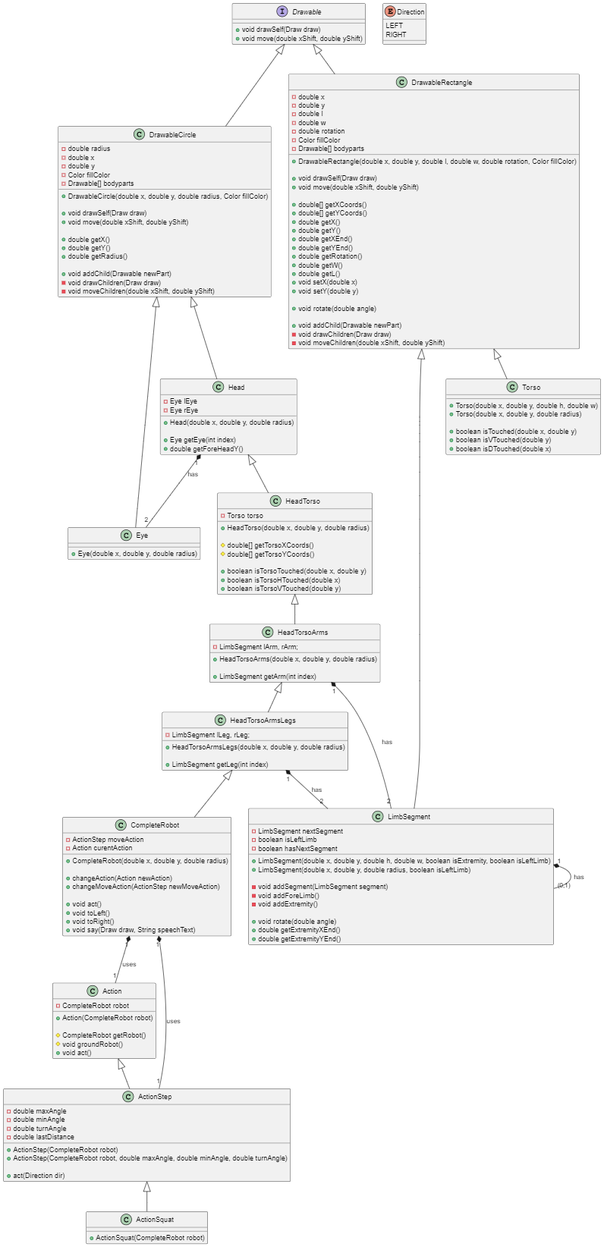
Above: ClassesHierarchy.png in wafibismail/cadi-robot (PlantUML), before the change. Its source is kept beside it as ClassesHierarchy.puml. Its diagram source:
```plantuml
@startuml Classes_Hierarchy
class "Action" as a {
  -CompleteRobot robot

  +Action(CompleteRobot robot)

  #CompleteRobot getRobot()
  #void groundRobot()
  +void act()
}

enum Direction {
  LEFT
  RIGHT
}

class "ActionStep" as aSt {
  -double maxAngle
  -double minAngle
  -double turnAngle
  -double lastDistance

  +ActionStep(CompleteRobot robot)
  +ActionStep(CompleteRobot robot, double maxAngle, double minAngle, double turnAngle)

  +act(Direction dir)
}

class "ActionSquat" as aSq {
  +ActionSquat(CompleteRobot robot)
}

a <|-- aSt
aSt <|-- aSq

interface "Drawable" as d {
  +void drawSelf(Draw draw)
  +void move(double xShift, double yShift)
}

class "DrawableCircle" as dC {
  -double radius
  -double x
  -double y
  -Color fillColor
  -Drawable[] bodyparts

  +DrawableCircle(double x, double y, double radius, Color fillColor)

  +void drawSelf(Draw draw)
  +void move(double xShift, double yShift)

  +double getX()
  +double getY()
  +double getRadius()

  +void addChild(Drawable newPart)
  -void drawChildren(Draw draw)
  -void moveChildren(double xShift, double yShift)
}

d <|-- dC

class "Eye" as dCE {
  +Eye(double x, double y, double radius)
}

dC <|-- dCE

class "Head" as dCH {
  -Eye lEye
  -Eye rEye

  +Head(double x, double y, double radius)

  +Eye getEye(int index)
  +double getForeHeadY()
}

dC <|-- dCH
dCH "1" *-- "2" dCE : has

class "HeadTorso" as dCHT {
  -Torso torso

  +HeadTorso(double x, double y, double radius)

  #double[] getTorsoXCoords()
  #double[] getTorsoYCoords()

  +boolean isTorsoTouched(double x, double y)
  +boolean isTorsoHTouched(double x)
  +boolean isTorsoVTouched(double y)
}

dCH <|-- dCHT

class "HeadTorsoArms" as dCHTA {
  -LimbSegment lArm, rArm;

  +HeadTorsoArms(double x, double y, double radius)

  +LimbSegment getArm(int index)
}

dCHT <|-- dCHTA
dCHTA "1" *-- "2" LimbSegment : has

class "HeadTorsoArmsLegs" as dCHTAL {
  -LimbSegment lLeg, rLeg;

  +HeadTorsoArmsLegs(double x, double y, double radius)

  +LimbSegment getLeg(int index)
}

dCHTA <|-- dCHTAL
dCHTAL "1" *-- "2" LimbSegment : has

class "DrawableRectangle" as dR {
  -double x
  -double y
  -double l
  -double w
  -double rotation
  -Color fillColor
  -Drawable[] bodyparts

  +DrawableRectangle(double x, double y, double l, double w, double rotation, Color fillColor)

  +void drawSelf(Draw draw)
  +void move(double xShift, double yShift)

  +double[] getXCoords()
  +double[] getYCoords()
  +double getX()
  +double getY()
  +double getXEnd()
  +double getYEnd()
  +double getRotation()
  +double getW()
  +double getL()
  +void setX(double x)
  +void setY(double y)

  +void rotate(double angle)

  +void addChild(Drawable newPart)
  -void drawChildren(Draw draw)
  -void moveChildren(double xShift, double yShift)
}

d <|-- dR

class "Torso" as dRT {
  +Torso(double x, double y, double h, double w)
  +Torso(double x, double y, double radius)

  +boolean isTouched(double x, double y)
  +boolean isVTouched(double y)
  +boolean isDTouched(double x)
}

dR <|-- dRT

class "LimbSegment" as LimbSegment {
  -LimbSegment nextSegment
  -boolean isLeftLimb
  -boolean hasNextSegment

  +LimbSegment(double x, double y, double h, double w, boolean isExtremity, boolean isLeftLimb)
  +LimbSegment(double x, double y, double radius, boolean isLeftLimb)

  -void addSegment(LimbSegment segment)
  -void addForeLimb()
  -void addExtremity()

  +void rotate(double angle)
  +double getExtremityXEnd()
  +double getExtremityYEnd()
}

dR <|-- LimbSegment

LimbSegment "1" *-- "(0,1)" LimbSegment : has

class "CompleteRobot" as CR {
  -ActionStep moveAction
  -Action curentAction

  +CompleteRobot(double x, double y, double radius)

  +changeAction(Action newAction)
  +changeMoveAction(ActionStep newMoveAction)

  +void act()
  +void toLeft()
  +void toRight()
  +void say(Draw draw, String speechText)
}

dCHTAL <|-- CR
CR "1" *-- "1" aSt : uses
CR "1" *-- "1" a : uses
@enduml
```
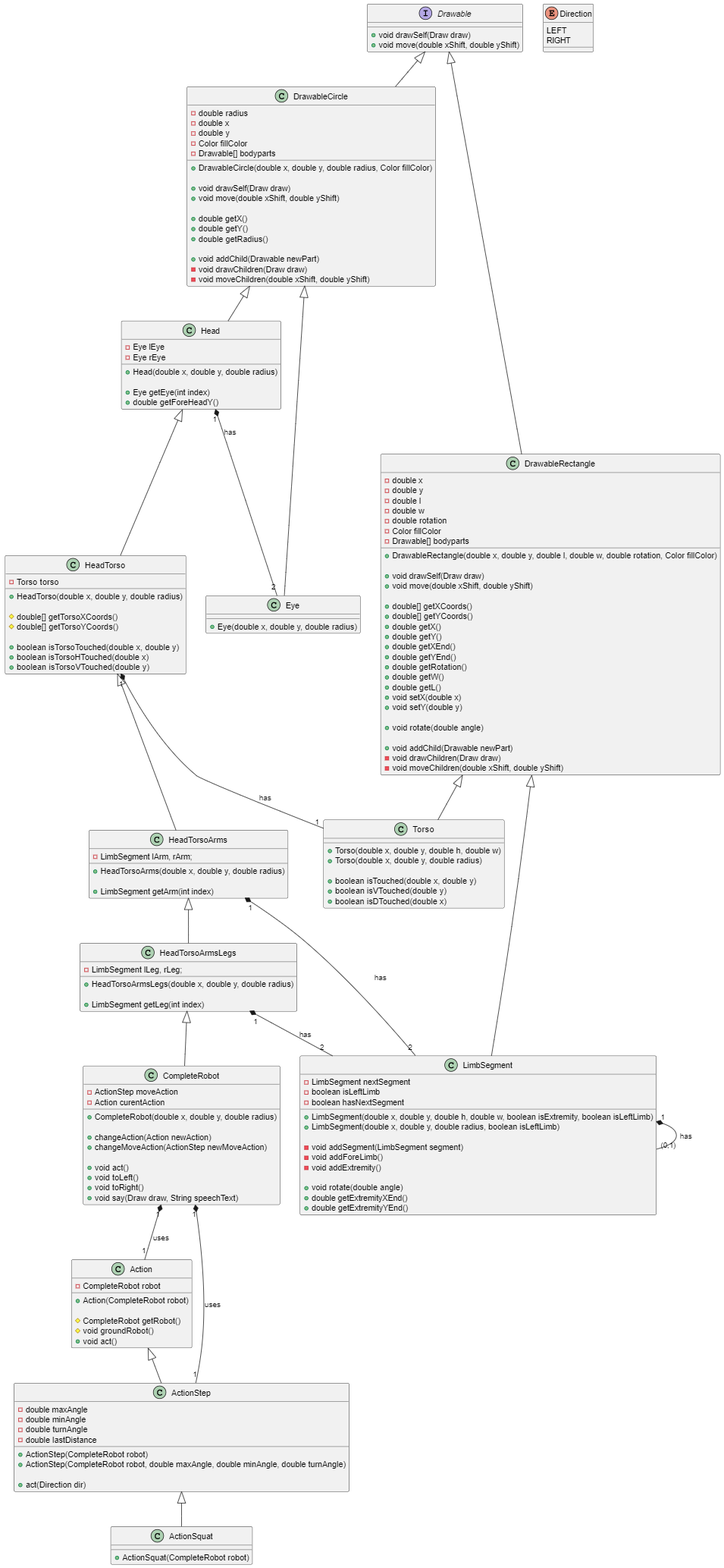
Above is the later version.

Commit message:
Add HeadTorso *-- Torso relationship in UML

Change to the diagram source:
```diff
@@ -162,6 +162,7 @@
 }
 
 dR <|-- dRT
+dCHT "1" *-- "1" dRT : has
 
 class "LimbSegment" as LimbSegment {
   -LimbSegment nextSegment
```
